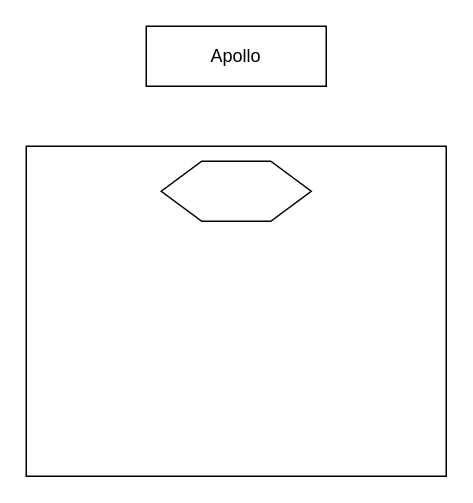
This is images/diagrams/gRPC反射流程.drawio from yangzj/gitbook-notes, a draw.io file, before an edit. Source tidied: cells renumbered, new cells numbered last; positions are measured from the earlier drawing's top-left corner, leaving out a move shared by most shapes. Both pictures are drawn from the tidied source at 150%, with x=0, y=0 at pixel (26, 26).
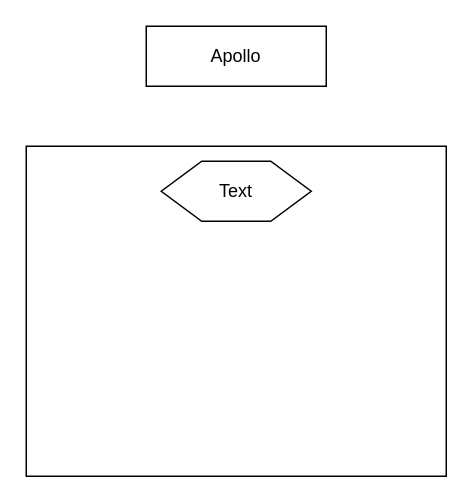
Above is the later version.

What changed in the source:
```diff
@@
 <mxGraphModel>
   <root>
     <mxCell id="0" />
     <mxCell id="1" parent="0" />
     <mxCell id="2" style="rounded=0;whiteSpace=wrap;html=1;" parent="1" vertex="1">
       <mxGeometry y="80" width="280" height="220" as="geometry" />
     </mxCell>
     <mxCell id="3" value="Apollo" style="rounded=0;whiteSpace=wrap;html=1;" parent="1" vertex="1">
       <mxGeometry x="80" width="120" height="40" as="geometry" />
     </mxCell>
     <mxCell id="4" style="verticalLabelPosition=bottom;verticalAlign=top;html=1;shape=hexagon;perimeter=hexagonPerimeter2;arcSize=6;size=0.27;" parent="1" vertex="1">
       <mxGeometry x="90" y="90" width="100" height="40" as="geometry" />
     </mxCell>
+    <mxCell id="5" value="Text" style="text;html=1;strokeColor=none;fillColor=none;align=center;verticalAlign=middle;whiteSpace=wrap;rounded=0;" parent="1" vertex="1">
+      <mxGeometry x="120" y="100" width="40" height="20" as="geometry" />
+    </mxCell>
   </root>
 </mxGraphModel>
```
